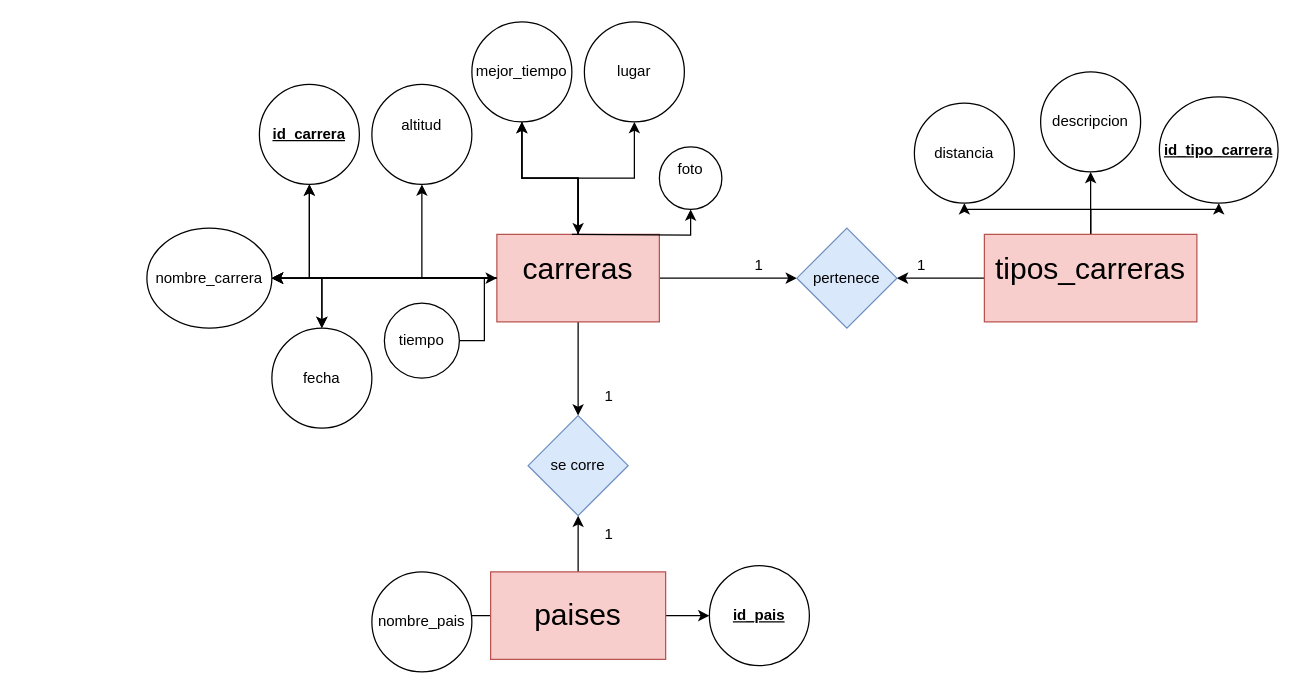
The draw.io diagram Diagrama sin título.drawio in FepDev25/Modelos-Entidad-Relacion, before the edit. Source tidied: cells renumbered, new cells numbered last; positions are measured from the earlier drawing's top-left corner, leaving out a move shared by most shapes. Both pictures are drawn from the tidied source at 125%, with x=0, y=0 at pixel (146, 21).
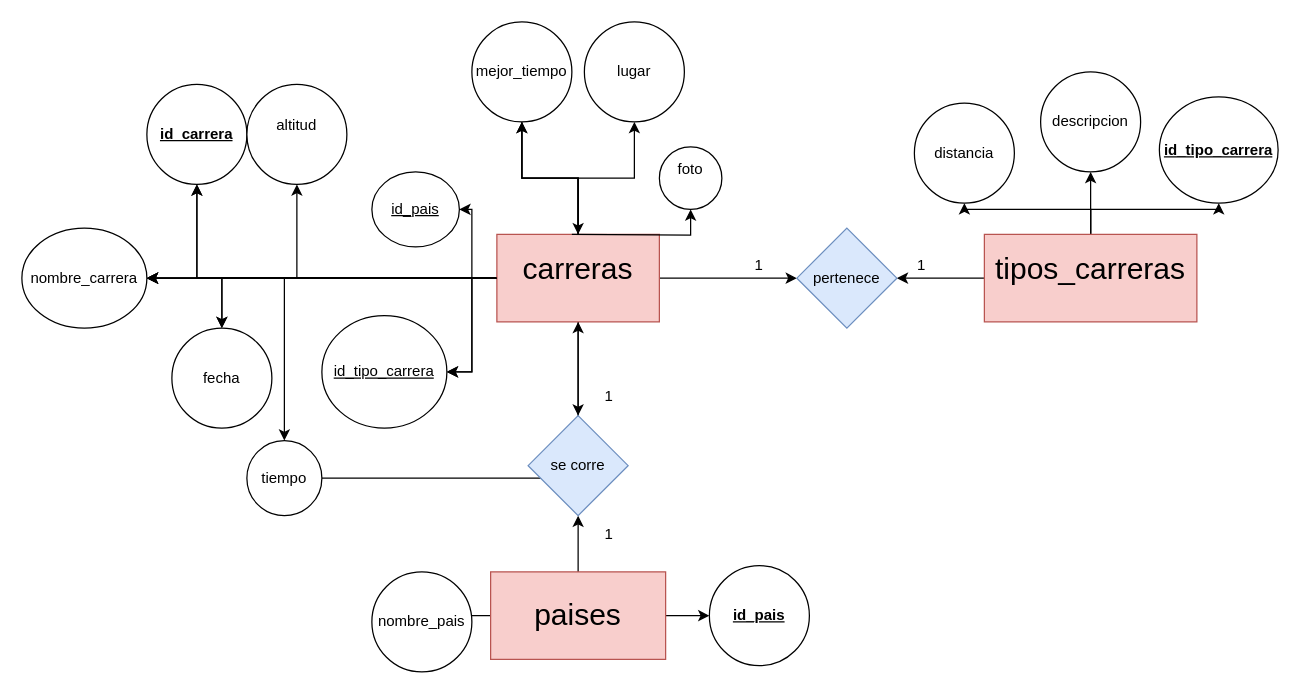
Above is the later version.

The change refers to these unchanged cells:
```xml
<mxCell id="14" value="&lt;font style=&quot;font-size: 24px;&quot;&gt;carreras&lt;/font&gt;&lt;div&gt;&lt;br&gt;&lt;/div&gt;" style="rounded=0;whiteSpace=wrap;html=1;fillColor=#f8cecc;strokeColor=#b85450;" parent="1" vertex="1">
  <mxGeometry x="280" y="170" width="130" height="70" as="geometry" />
</mxCell>
```

What changed in the source:
```diff
@@
+    <mxCell id="48" style="edgeStyle=orthogonalEdgeStyle;rounded=0;jettySize=auto;html=1;" parent="1" edge="1" source="14" target="31">
+      <mxGeometry relative="1" as="geometry" />
+    </mxCell>
+    <mxCell id="49" style="edgeStyle=orthogonalEdgeStyle;rounded=0;jettySize=auto;html=1;" parent="1" edge="1" source="14" target="51">
+      <mxGeometry relative="1" as="geometry" />
+    </mxCell>
+    <mxCell id="50" style="edgeStyle=orthogonalEdgeStyle;rounded=0;jettySize=auto;html=1;" parent="1" edge="1" source="14" target="51">
+      <mxGeometry relative="1" as="geometry" />
+    </mxCell>
@@
     <mxCell id="25" value="&lt;b&gt;&lt;u&gt;id_carrera&lt;/u&gt;&lt;/b&gt;" style="ellipse;whiteSpace=wrap;html=1;rounded=0;" parent="1" vertex="1">
-      <mxGeometry x="90" y="50" width="80" height="80" as="geometry" />
+      <mxGeometry y="50" width="80" height="80" as="geometry" />
     </mxCell>
     <mxCell id="26" value="nombre_carrera" style="ellipse;whiteSpace=wrap;html=1;rounded=0;" parent="1" vertex="1">
-      <mxGeometry y="165" width="100" height="80" as="geometry" />
+      <mxGeometry x="-100" y="165" width="100" height="80" as="geometry" />
     </mxCell>
@@
     <mxCell id="29" value="fecha" style="ellipse;whiteSpace=wrap;html=1;rounded=0;direction=north;" parent="1" vertex="1">
-      <mxGeometry x="100" y="245" width="80" height="80" as="geometry" />
+      <mxGeometry x="20" y="245" width="80" height="80" as="geometry" />
     </mxCell>
@@
     <mxCell id="31" value="tiempo" style="ellipse;whiteSpace=wrap;html=1;rounded=0;" parent="1" vertex="1">
-      <mxGeometry x="190" y="225" width="60" height="60" as="geometry" />
+      <mxGeometry x="80" y="335" width="60" height="60" as="geometry" />
     </mxCell>
@@
     <mxCell id="37" value="altitud&lt;div&gt;&lt;br&gt;&lt;/div&gt;" style="ellipse;whiteSpace=wrap;html=1;rounded=0;" parent="1" vertex="1">
-      <mxGeometry x="180" y="50" width="80" height="80" as="geometry" />
+      <mxGeometry x="80" y="50" width="80" height="80" as="geometry" />
     </mxCell>
@@
+    <mxCell id="51" value="&lt;u&gt;id_tipo_carrera&lt;/u&gt;" style="ellipse;whiteSpace=wrap;html=1;rounded=0;" parent="1" vertex="1">
+      <mxGeometry x="140" y="235" width="100" height="90" as="geometry" />
+    </mxCell>
+    <mxCell id="52" style="edgeStyle=orthogonalEdgeStyle;rounded=0;jettySize=auto;html=1;exitX=0;exitY=0.5;exitDx=0;exitDy=0;entryX=1;entryY=0.5;entryDx=0;entryDy=0;" parent="1" edge="1" source="14" target="53">
+      <mxGeometry relative="1" as="geometry" />
+    </mxCell>
+    <mxCell id="53" value="&lt;u&gt;id_pais&lt;/u&gt;" style="ellipse;whiteSpace=wrap;html=1;rounded=0;" parent="1" vertex="1">
+      <mxGeometry x="180" y="120" width="70" height="60" as="geometry" />
+    </mxCell>
```
